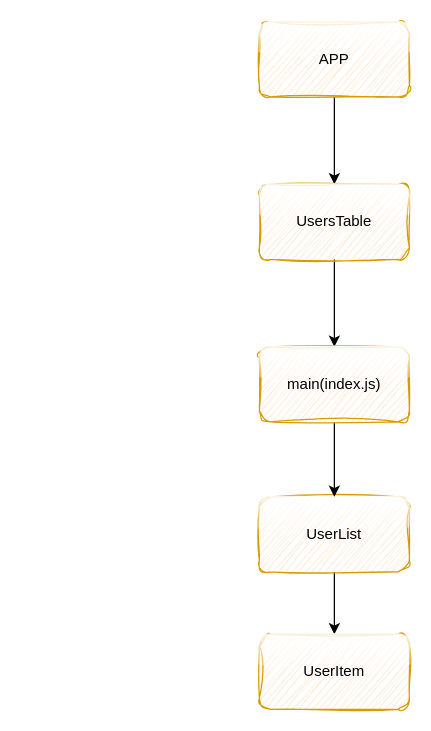
Before: UserTable.drawio in pavel08091997/Users-Table, a draw.io diagram. Source tidied: cells renumbered, new cells numbered last; positions are measured from the earlier drawing's top-left corner, leaving out a move shared by most shapes. Both pictures are drawn from the tidied source at 125%, with x=0, y=0 at pixel (259, 21).
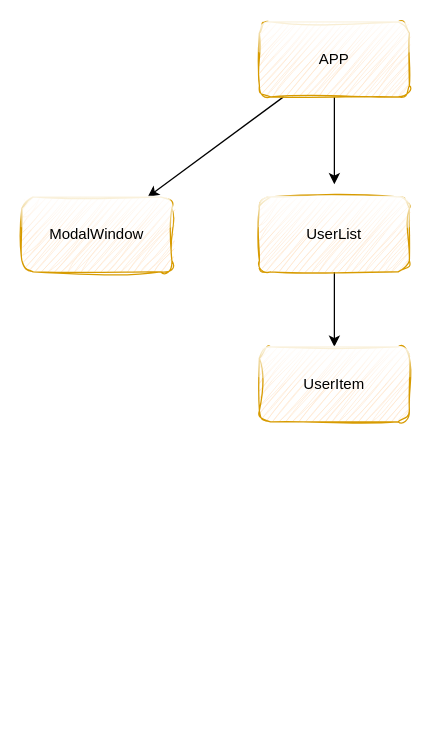
After the change.

Commit message (it also covers changes not shown here):
feature: error handling; modalWindow; loading

Diff of the diagram source:
```diff
@@
 <mxGraphModel>
   <root>
     <mxCell id="0" />
     <mxCell id="1" parent="0" />
-    <mxCell id="2" style="edgeStyle=orthogonalEdgeStyle;rounded=0;jettySize=auto;html=1;" parent="1" edge="1" source="3" target="5">
-      <mxGeometry relative="1" as="geometry" />
+    <mxCell id="2" style="edgeStyle=orthogonalEdgeStyle;rounded=0;jettySize=auto;html=1;" parent="1" edge="1" source="3">
+      <mxGeometry relative="1" as="geometry">
+        <mxPoint x="60" y="130" as="targetPoint" />
+      </mxGeometry>
     </mxCell>
+    <mxCell id="11" style="edgeStyle=none;html=1;" parent="1" edge="1" source="3" target="12">
+      <mxGeometry relative="1" as="geometry" />
+    </mxCell>
     <mxCell id="3" value="APP" style="rounded=1;whiteSpace=wrap;html=1;glass=1;sketch=1;curveFitting=1;jiggle=2;fillColor=#ffe6cc;strokeColor=#d79b00;" parent="1" vertex="1">
       <mxGeometry width="120" height="60" as="geometry" />
     </mxCell>
-    <mxCell id="4" style="edgeStyle=none;html=1;" parent="1" edge="1" source="5" target="10">
-      <mxGeometry relative="1" as="geometry" />
-    </mxCell>
-    <mxCell id="5" value="UsersTable" style="rounded=1;whiteSpace=wrap;html=1;glass=1;sketch=1;curveFitting=1;jiggle=2;fillColor=#ffe6cc;strokeColor=#d79b00;" parent="1" vertex="1">
-      <mxGeometry y="130" width="120" height="60" as="geometry" />
-    </mxCell>
     <mxCell id="6" style="edgeStyle=orthogonalEdgeStyle;rounded=0;jettySize=auto;html=1;" parent="1" edge="1" source="7" target="8">
       <mxGeometry relative="1" as="geometry" />
     </mxCell>
     <mxCell id="7" value="UserList" style="rounded=1;whiteSpace=wrap;html=1;glass=1;sketch=1;curveFitting=1;jiggle=2;fillColor=#ffe6cc;strokeColor=#d79b00;" parent="1" vertex="1">
-      <mxGeometry y="380" width="120" height="60" as="geometry" />
+      <mxGeometry y="140" width="120" height="60" as="geometry" />
     </mxCell>
     <mxCell id="8" value="UserItem" style="rounded=1;whiteSpace=wrap;html=1;glass=1;sketch=1;curveFitting=1;jiggle=2;fillColor=#ffe6cc;strokeColor=#d79b00;" parent="1" vertex="1">
-      <mxGeometry y="490" width="120" height="60" as="geometry" />
+      <mxGeometry y="260" width="120" height="60" as="geometry" />
     </mxCell>
-    <mxCell id="9" style="edgeStyle=none;html=1;" parent="1" edge="1" source="10" target="7">
-      <mxGeometry relative="1" as="geometry" />
-    </mxCell>
-    <mxCell id="10" value="main(index.js)" style="rounded=1;whiteSpace=wrap;html=1;glass=1;sketch=1;curveFitting=1;jiggle=2;fillColor=#ffe6cc;strokeColor=#d79b00;" parent="1" vertex="1">
-      <mxGeometry y="260" width="120" height="60" as="geometry" />
-    </mxCell>
+    <mxCell id="12" value="ModalWindow" style="rounded=1;whiteSpace=wrap;html=1;glass=1;sketch=1;curveFitting=1;jiggle=2;fillColor=#ffe6cc;strokeColor=#d79b00;" parent="1" vertex="1">
+      <mxGeometry x="-190" y="140" width="120" height="60" as="geometry" />
+    </mxCell>
   </root>
 </mxGraphModel>
```
